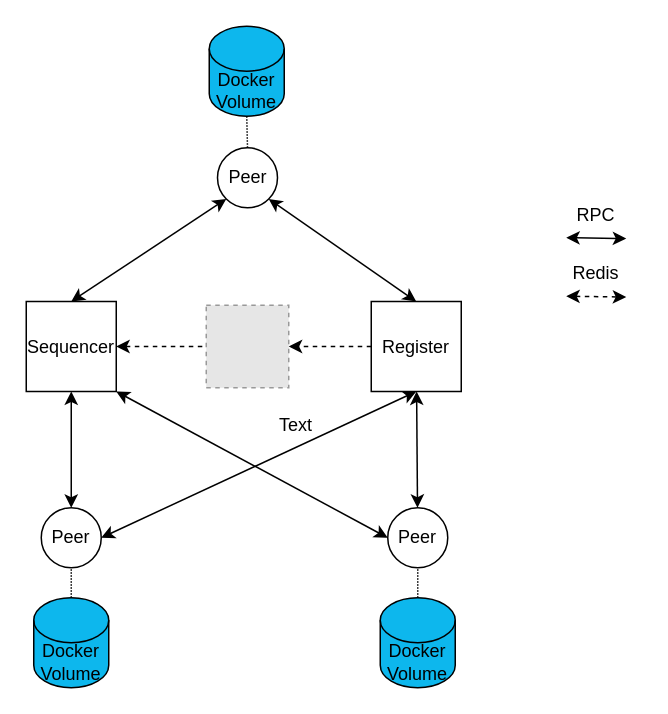
Before: architecture/architecture_1.drawio in alessandrochillotti/sdcc-project, a draw.io diagram. Source tidied: cells renumbered, new cells numbered last; positions are measured from the earlier drawing's top-left corner, leaving out a move shared by most shapes. Both pictures are drawn from the tidied source at 150%, with x=0, y=0 at pixel (26, 26). Pictures stored in the file or linked from it are replaced by grey dashed boxes.
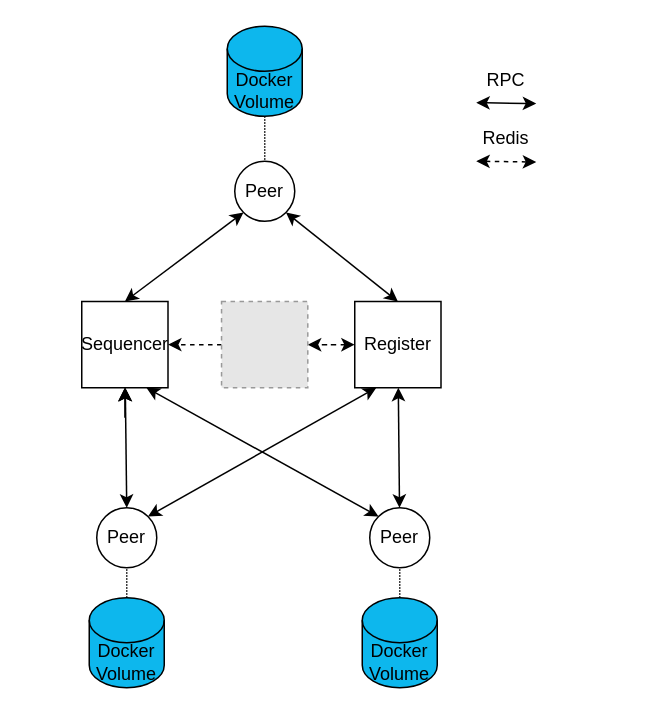
After the change.

Commit message (it also covers changes not shown here):
Aggiunte architetture di riferimento per l'implementazione dell'applicazione

What changed in the source:
```diff
@@
-    <mxCell id="2" style="rounded=0;jettySize=auto;html=1;exitX=0;exitY=0.5;exitDx=0;exitDy=0;entryX=1;entryY=1;entryDx=0;entryDy=0;startArrow=classic;startFill=1;endArrow=classic;endFill=1;" parent="1" edge="1" source="3" target="11">
+    <mxCell id="2" style="rounded=0;jettySize=auto;html=1;exitX=0;exitY=0;exitDx=0;exitDy=0;entryX=0.75;entryY=1;entryDx=0;entryDy=0;startArrow=classic;startFill=1;endArrow=classic;endFill=1;" parent="1" edge="1" source="3" target="11">
       <mxGeometry relative="1" as="geometry" />
     </mxCell>
     <mxCell id="3" value="Peer" style="ellipse;whiteSpace=wrap;html=1;" parent="1" vertex="1">
-      <mxGeometry x="241" y="321" width="40" height="40" as="geometry" />
+      <mxGeometry x="229" y="321" width="40" height="40" as="geometry" />
     </mxCell>
-    <mxCell id="4" style="edgeStyle=none;rounded=0;jettySize=auto;html=1;exitX=0;exitY=1;exitDx=0;exitDy=0;entryX=0.5;entryY=0;entryDx=0;entryDy=0;startArrow=classic;startFill=1;endArrow=classic;endFill=1;" parent="1" edge="1" source="6" target="11">
+    <mxCell id="4" style="edgeStyle=none;rounded=0;jettySize=auto;html=1;exitX=0;exitY=1;exitDx=0;exitDy=0;startArrow=classic;startFill=1;endArrow=classic;endFill=1;entryX=0.5;entryY=0;entryDx=0;entryDy=0;" parent="1" edge="1" source="6" target="11">
       <mxGeometry relative="1" as="geometry" />
     </mxCell>
-    <mxCell id="5" style="edgeStyle=none;rounded=0;jettySize=auto;html=1;exitX=1;exitY=1;exitDx=0;exitDy=0;entryX=0.5;entryY=0;entryDx=0;entryDy=0;startArrow=classic;startFill=1;endArrow=classic;endFill=1;" parent="1" edge="1" source="6" target="16">
+    <mxCell id="5" style="edgeStyle=none;rounded=0;jettySize=auto;html=1;exitX=1;exitY=1;exitDx=0;exitDy=0;startArrow=classic;startFill=1;endArrow=classic;endFill=1;entryX=0.5;entryY=0;entryDx=0;entryDy=0;" parent="1" edge="1" source="6" target="16">
       <mxGeometry relative="1" as="geometry" />
     </mxCell>
     <mxCell id="6" value="Peer" style="ellipse;whiteSpace=wrap;html=1;" parent="1" vertex="1">
-      <mxGeometry x="127.5" y="81" width="40" height="40" as="geometry" />
+      <mxGeometry x="139" y="90" width="40" height="40" as="geometry" />
     </mxCell>
@@
-    <mxCell id="8" style="edgeStyle=none;rounded=0;jettySize=auto;html=1;exitX=1;exitY=0.5;exitDx=0;exitDy=0;entryX=0.5;entryY=1;entryDx=0;entryDy=0;startArrow=classic;startFill=1;endArrow=classic;endFill=1;" parent="1" edge="1" source="9" target="16">
+    <mxCell id="8" style="edgeStyle=none;rounded=0;jettySize=auto;html=1;exitX=1;exitY=0;exitDx=0;exitDy=0;entryX=0.25;entryY=1;entryDx=0;entryDy=0;startArrow=classic;startFill=1;endArrow=classic;endFill=1;" parent="1" edge="1" source="9" target="16">
       <mxGeometry relative="1" as="geometry" />
     </mxCell>
     <mxCell id="9" value="Peer" style="ellipse;whiteSpace=wrap;html=1;" parent="1" vertex="1">
-      <mxGeometry x="10" y="321" width="40" height="40" as="geometry" />
+      <mxGeometry x="47" y="321" width="40" height="40" as="geometry" />
     </mxCell>
-    <mxCell id="10" style="edgeStyle=orthogonalEdgeStyle;rounded=0;jettySize=auto;html=1;entryX=0;entryY=0.5;entryDx=0;entryDy=0;startArrow=classic;startFill=1;endArrow=none;endFill=0;dashed=1;" parent="1" edge="1" source="11" target="12">
-      <mxGeometry relative="1" as="geometry" />
-    </mxCell>
     <mxCell id="11" value="Sequencer" style="whiteSpace=wrap;html=1;" parent="1" vertex="1">
-      <mxGeometry y="183.5" width="60" height="60" as="geometry" />
+      <mxGeometry x="37" y="183.5" width="57.5" height="57.5" as="geometry" />
     </mxCell>
-    <mxCell id="12" style="fillColor=#E6E6E6;strokeColor=#999999;dashed=1;verticalLabelPosition=bottom;labelBackgroundColor=#ffffff;verticalAlign=top;" parent="1" vertex="1">
-      <mxGeometry x="120" y="186" width="55" height="55" as="geometry" />
-    </mxCell>
@@
-    <mxCell id="14" style="edgeStyle=orthogonalEdgeStyle;rounded=0;jettySize=auto;html=1;entryX=1;entryY=0.5;entryDx=0;entryDy=0;startArrow=none;startFill=0;endArrow=classic;endFill=1;dashed=1;" parent="1" edge="1" source="16" target="12">
-      <mxGeometry relative="1" as="geometry" />
-    </mxCell>
@@
+    <mxCell id="28" style="edgeStyle=orthogonalEdgeStyle;rounded=0;jettySize=auto;html=1;startArrow=classic;startFill=1;dashed=1;" parent="1" edge="1" source="16" target="30">
+      <mxGeometry relative="1" as="geometry" />
+    </mxCell>
     <mxCell id="16" value="Register" style="whiteSpace=wrap;html=1;" parent="1" vertex="1">
-      <mxGeometry x="230" y="183.5" width="60" height="60" as="geometry" />
+      <mxGeometry x="219" y="183.5" width="57.5" height="57.5" as="geometry" />
     </mxCell>
-    <mxCell id="17" style="edgeStyle=none;rounded=0;orthogonalLoop=1;jettySize=auto;html=1;exitX=1;exitY=0.5;exitDx=0;exitDy=0;startArrow=classic;startFill=1;endArrow=classic;endFill=1;" parent="1" edge="1">
-      <mxGeometry relative="1" as="geometry">
-        <mxPoint x="360" y="141" as="sourcePoint" />
-        <mxPoint x="400" y="141.5" as="targetPoint" />
-      </mxGeometry>
-    </mxCell>
-    <mxCell id="18" value="Text" style="text;html=1;strokeColor=none;fillColor=none;align=center;verticalAlign=middle;whiteSpace=wrap;rounded=0;" parent="1" vertex="1">
-      <mxGeometry x="150" y="251" width="60" height="30" as="geometry" />
-    </mxCell>
-    <mxCell id="19" value="RPC" style="text;html=1;strokeColor=none;fillColor=none;align=center;verticalAlign=middle;whiteSpace=wrap;rounded=0;" parent="1" vertex="1">
-      <mxGeometry x="350" y="111" width="60" height="30" as="geometry" />
-    </mxCell>
@@
     <mxCell id="21" value="&lt;div&gt;Docker&lt;/div&gt;&lt;div&gt;Volume&lt;br&gt;&lt;/div&gt;" style="shape=cylinder3;whiteSpace=wrap;html=1;boundedLbl=1;backgroundOutline=1;size=15;strokeWidth=1;fillColor=#0db7ed;" parent="1" vertex="1">
-      <mxGeometry x="5" y="381" width="50" height="60" as="geometry" />
+      <mxGeometry x="42" y="381" width="50" height="60" as="geometry" />
     </mxCell>
@@
     <mxCell id="23" value="&lt;div&gt;Docker&lt;/div&gt;&lt;div&gt;Volume&lt;br&gt;&lt;/div&gt;" style="shape=cylinder3;whiteSpace=wrap;html=1;boundedLbl=1;backgroundOutline=1;size=15;strokeWidth=1;fillColor=#0db7ed;" parent="1" vertex="1">
-      <mxGeometry x="236" y="381" width="50" height="60" as="geometry" />
+      <mxGeometry x="224" y="381" width="50" height="60" as="geometry" />
     </mxCell>
@@
     <mxCell id="25" value="&lt;div&gt;Docker&lt;/div&gt;&lt;div&gt;Volume&lt;br&gt;&lt;/div&gt;" style="shape=cylinder3;whiteSpace=wrap;html=1;boundedLbl=1;backgroundOutline=1;size=15;strokeWidth=1;fillColor=#0db7ed;" parent="1" vertex="1">
-      <mxGeometry x="122" width="50" height="60" as="geometry" />
+      <mxGeometry x="134" width="50" height="60" as="geometry" />
     </mxCell>
-    <mxCell id="26" style="edgeStyle=none;rounded=0;orthogonalLoop=1;jettySize=auto;html=1;exitX=1;exitY=0.5;exitDx=0;exitDy=0;startArrow=classic;startFill=1;endArrow=classic;endFill=1;dashed=1;" parent="1" edge="1">
-      <mxGeometry relative="1" as="geometry">
-        <mxPoint x="360" y="180" as="sourcePoint" />
-        <mxPoint x="400" y="180.5" as="targetPoint" />
-      </mxGeometry>
-    </mxCell>
+    <mxCell id="29" style="edgeStyle=orthogonalEdgeStyle;rounded=0;jettySize=auto;html=1;entryX=1;entryY=0.5;entryDx=0;entryDy=0;dashed=1;" parent="1" edge="1" source="30" target="11">
+      <mxGeometry relative="1" as="geometry" />
+    </mxCell>
+    <mxCell id="30" style="fillColor=#E6E6E6;strokeColor=#999999;dashed=1;verticalLabelPosition=bottom;labelBackgroundColor=#ffffff;verticalAlign=top;" parent="1" vertex="1">
+      <mxGeometry x="130.2" y="183.5" width="57.5" height="57.5" as="geometry" />
+    </mxCell>
+    <mxCell id="31" style="edgeStyle=none;rounded=0;orthogonalLoop=1;jettySize=auto;html=1;exitX=1;exitY=0.5;exitDx=0;exitDy=0;startArrow=classic;startFill=1;endArrow=classic;endFill=1;" parent="1" edge="1">
+      <mxGeometry relative="1" as="geometry">
+        <mxPoint x="300" y="51" as="sourcePoint" />
+        <mxPoint x="340" y="51.5" as="targetPoint" />
+      </mxGeometry>
+    </mxCell>
+    <mxCell id="19" value="RPC" style="text;html=1;strokeColor=none;fillColor=none;align=center;verticalAlign=middle;whiteSpace=wrap;rounded=0;" parent="1" vertex="1">
+      <mxGeometry x="290" y="21" width="60" height="30" as="geometry" />
+    </mxCell>
+    <mxCell id="32" style="edgeStyle=none;rounded=0;orthogonalLoop=1;jettySize=auto;html=1;exitX=1;exitY=0.5;exitDx=0;exitDy=0;startArrow=classic;startFill=1;endArrow=classic;endFill=1;dashed=1;" parent="1" edge="1">
+      <mxGeometry relative="1" as="geometry">
+        <mxPoint x="300" y="90" as="sourcePoint" />
+        <mxPoint x="340" y="90.5" as="targetPoint" />
+      </mxGeometry>
+    </mxCell>
     <mxCell id="27" value="Redis" style="text;html=1;strokeColor=none;fillColor=none;align=center;verticalAlign=middle;whiteSpace=wrap;rounded=0;" parent="1" vertex="1">
-      <mxGeometry x="350" y="150" width="60" height="30" as="geometry" />
+      <mxGeometry x="290" y="60" width="60" height="30" as="geometry" />
     </mxCell>
```
